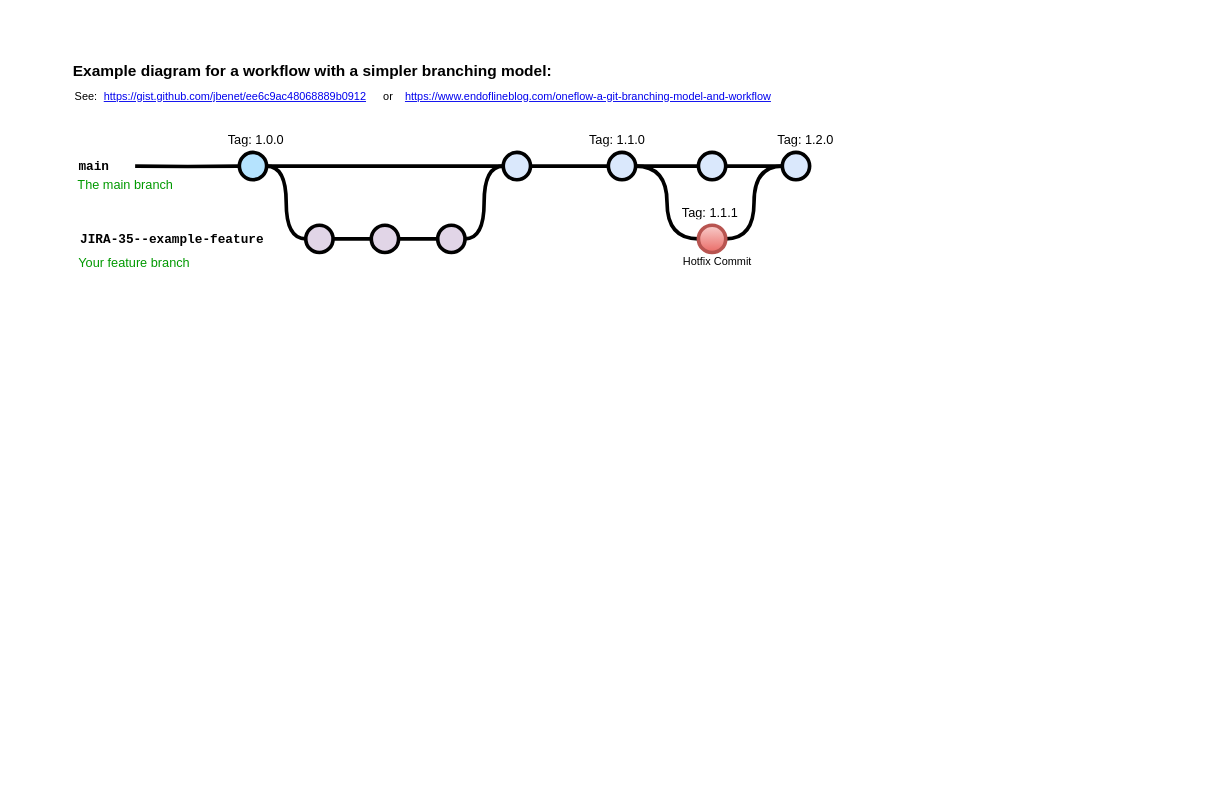
Above: doc/部署demo.drawio in jackyliu/design (draw.io), before the change. Source tidied: cells renumbered, new cells numbered last; positions are measured from the earlier drawing's top-left corner, leaving out a move shared by most shapes. Both pictures are drawn from the tidied source at 91%, with x=0, y=0 at pixel (71, 56).
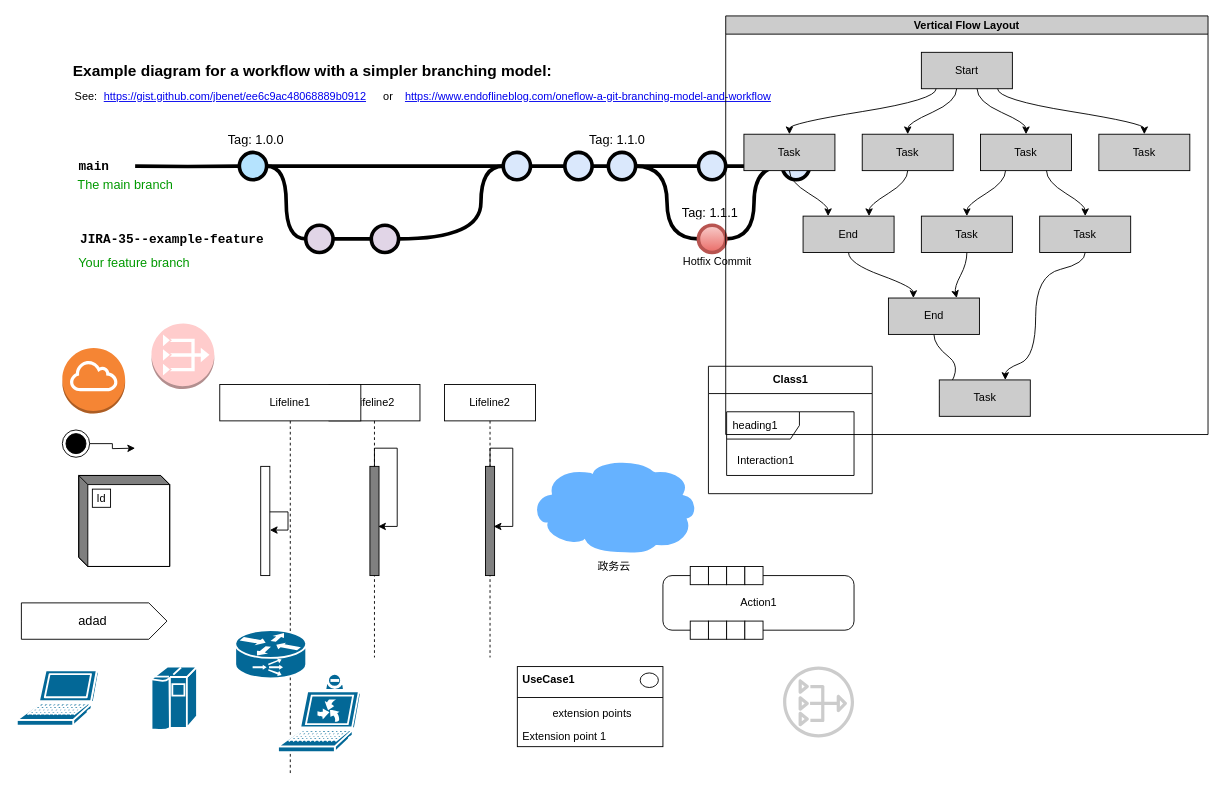
The same diagram, later.

Unchanged cells that the change refers to:
```xml
<mxCell id="9" style="verticalLabelPosition=bottom;verticalAlign=top;html=1;strokeWidth=4;shape=mxgraph.flowchart.on-page_reference;plain-blue;gradientColor=none;strokeColor=#000000;" parent="1" vertex="1">
  <mxGeometry x="474.5" y="105" width="30" height="30" as="geometry" />
</mxCell>
<mxCell id="12" style="verticalLabelPosition=bottom;verticalAlign=top;html=1;strokeWidth=4;shape=mxgraph.flowchart.on-page_reference;plain-blue;gradientColor=none;strokeColor=#000000;" parent="1" vertex="1">
  <mxGeometry x="590" y="105" width="30" height="30" as="geometry" />
</mxCell>
<mxCell id="21" style="verticalLabelPosition=bottom;verticalAlign=top;html=1;strokeWidth=4;shape=mxgraph.flowchart.on-page_reference;plain-purple;gradientColor=none;strokeColor=#000000;" parent="1" vertex="1">
  <mxGeometry x="329.5" y="185" width="30" height="30" as="geometry" />
</mxCell>
```

Change to the diagram source:
```diff
@@
-    <mxCell id="8" style="edgeStyle=orthogonalEdgeStyle;curved=1;rounded=0;jettySize=auto;html=1;endArrow=none;endFill=0;strokeWidth=4;fontFamily=Courier New;fontSize=16;" parent="1" edge="1" source="9" target="12">
+    <mxCell id="8" style="edgeStyle=orthogonalEdgeStyle;curved=1;rounded=0;jettySize=auto;html=1;endArrow=none;endFill=0;strokeWidth=4;fontFamily=Courier New;fontSize=16;startArrow=none;" parent="1" edge="1" source="36" target="12">
       <mxGeometry relative="1" as="geometry" />
     </mxCell>
@@
-    <mxCell id="20" style="edgeStyle=orthogonalEdgeStyle;curved=1;rounded=0;html=1;exitX=1;exitY=0.5;exitPerimeter=0;entryX=0;entryY=0.5;entryPerimeter=0;endArrow=none;endFill=0;jettySize=auto;strokeWidth=4;fontSize=15;" parent="1" edge="1" source="21" target="23">
-      <mxGeometry relative="1" as="geometry" />
-    </mxCell>
@@
-    <mxCell id="22" style="edgeStyle=orthogonalEdgeStyle;curved=1;rounded=0;html=1;exitX=1;exitY=0.5;exitPerimeter=0;entryX=0;entryY=0.5;entryPerimeter=0;endArrow=none;endFill=0;jettySize=auto;strokeWidth=4;fontSize=15;" parent="1" edge="1" source="23" target="9">
-      <mxGeometry relative="1" as="geometry" />
+    <mxCell id="22" style="edgeStyle=orthogonalEdgeStyle;curved=1;rounded=0;html=1;entryX=0;entryY=0.5;entryPerimeter=0;endArrow=none;endFill=0;jettySize=auto;strokeWidth=4;fontSize=15;exitX=1;exitY=0.5;exitDx=0;exitDy=0;exitPerimeter=0;" parent="1" edge="1" source="21" target="9">
+      <mxGeometry relative="1" as="geometry">
+        <Array as="points">
+          <mxPoint x="450" y="200" />
+          <mxPoint x="450" y="120" />
+        </Array>
+      </mxGeometry>
     </mxCell>
-    <mxCell id="23" style="verticalLabelPosition=bottom;verticalAlign=top;html=1;strokeWidth=4;shape=mxgraph.flowchart.on-page_reference;plain-purple;gradientColor=none;strokeColor=#000000;" parent="1" vertex="1">
-      <mxGeometry x="402.5" y="185" width="30" height="30" as="geometry" />
-    </mxCell>
@@
+    <mxCell id="36" style="verticalLabelPosition=bottom;verticalAlign=top;html=1;strokeWidth=4;shape=mxgraph.flowchart.on-page_reference;plain-blue;gradientColor=none;strokeColor=#000000;" parent="1" vertex="1">
+      <mxGeometry x="542.2" y="105" width="30" height="30" as="geometry" />
+    </mxCell>
+    <mxCell id="37" style="edgeStyle=orthogonalEdgeStyle;curved=1;rounded=0;jettySize=auto;html=1;endArrow=none;endFill=0;strokeWidth=4;fontFamily=Courier New;fontSize=16;" parent="1" edge="1" source="9" target="36">
+      <mxGeometry relative="1" as="geometry" />
+    </mxCell>
+    <mxCell id="38" style="edgeStyle=orthogonalEdgeStyle;rounded=0;jettySize=auto;html=1;" parent="1" edge="1" source="39">
+      <mxGeometry relative="1" as="geometry">
+        <mxPoint x="70" y="430" as="targetPoint" />
+      </mxGeometry>
+    </mxCell>
+    <mxCell id="39" style="ellipse;html=1;shape=endState;fillColor=strokeColor;" parent="1" vertex="1">
+      <mxGeometry x="-10" y="410" width="30" height="30" as="geometry" />
+    </mxCell>
+    <mxCell id="40" value="Lifeline2" style="shape=umlLifeline;perimeter=lifelinePerimeter;whiteSpace=wrap;html=1;" parent="1" vertex="1">
+      <mxGeometry x="283" y="360" width="100" height="300" as="geometry" />
+    </mxCell>
+    <mxCell id="41" style="html=1;points=[];perimeter=orthogonalPerimeter;fillColor=#808080;" parent="40" vertex="1">
+      <mxGeometry x="45" y="90" width="10" height="120" as="geometry" />
+    </mxCell>
+    <mxCell id="42" style="edgeStyle=orthogonalEdgeStyle;rounded=0;orthogonalLoop=1;jettySize=auto;html=1;entryX=0.9;entryY=0.55;entryDx=0;entryDy=0;entryPerimeter=0;" parent="40" edge="1" source="41" target="41">
+      <mxGeometry relative="1" as="geometry" />
+    </mxCell>
+    <mxCell id="43" value="Lifeline1" style="shape=umlLifeline;perimeter=lifelinePerimeter;whiteSpace=wrap;html=1;" parent="1" vertex="1">
+      <mxGeometry x="163" y="360" width="155" height="430" as="geometry" />
+    </mxCell>
+    <mxCell id="44" style="html=1;points=[];perimeter=orthogonalPerimeter;" parent="43" vertex="1">
+      <mxGeometry x="45" y="90" width="10" height="120" as="geometry" />
+    </mxCell>
+    <mxCell id="45" style="edgeStyle=orthogonalEdgeStyle;rounded=0;orthogonalLoop=1;jettySize=auto;html=1;" parent="43" edge="1" source="44" target="44">
+      <mxGeometry relative="1" as="geometry" />
+    </mxCell>
+    <mxCell id="46" style="shape=mxgraph.cisco.computers_and_peripherals.upc;sketch=0;html=1;dashed=0;fillColor=#036897;strokeColor=#ffffff;strokeWidth=2;verticalLabelPosition=bottom;verticalAlign=top;align=center;" parent="43" vertex="1">
+      <mxGeometry x="64" y="318" width="91" height="86" as="geometry" />
+    </mxCell>
+    <mxCell id="47" style="shape=mxgraph.cisco.routers.content_service_router;sketch=0;html=1;dashed=0;fillColor=#036897;strokeColor=#ffffff;strokeWidth=2;verticalLabelPosition=bottom;verticalAlign=top;align=center;" parent="43" vertex="1">
+      <mxGeometry x="17" y="270" width="78" height="53" as="geometry" />
+    </mxCell>
+    <mxCell id="48" value="Lifeline2" style="shape=umlLifeline;perimeter=lifelinePerimeter;whiteSpace=wrap;html=1;" parent="1" vertex="1">
+      <mxGeometry x="410" y="360" width="100" height="300" as="geometry" />
+    </mxCell>
+    <mxCell id="49" style="html=1;points=[];perimeter=orthogonalPerimeter;fillColor=#808080;" parent="48" vertex="1">
+      <mxGeometry x="45" y="90" width="10" height="120" as="geometry" />
+    </mxCell>
+    <mxCell id="50" style="edgeStyle=orthogonalEdgeStyle;rounded=0;orthogonalLoop=1;jettySize=auto;html=1;entryX=0.9;entryY=0.55;entryDx=0;entryDy=0;entryPerimeter=0;" parent="48" edge="1" source="49" target="49">
+      <mxGeometry relative="1" as="geometry" />
+    </mxCell>
+    <mxCell id="51" value="Action1" style="html=1;dashed=0;rounded=1;absoluteArcSize=1;arcSize=20;verticalAlign=middle;align=center;" parent="1" vertex="1">
+      <mxGeometry x="650" y="570" width="210" height="60" as="geometry" />
+    </mxCell>
+    <mxCell id="52" style="group;" parent="51" vertex="1">
+      <mxGeometry width="80" height="20" relative="1" as="geometry">
+        <mxPoint x="30" y="-10" as="offset" />
+      </mxGeometry>
+    </mxCell>
+    <mxCell id="53" parent="52" vertex="1">
+      <mxGeometry width="20" height="20" relative="1" as="geometry" />
+    </mxCell>
+    <mxCell id="54" parent="52" vertex="1">
+      <mxGeometry width="20" height="20" relative="1" as="geometry">
+        <mxPoint x="20" as="offset" />
+      </mxGeometry>
+    </mxCell>
+    <mxCell id="55" parent="52" vertex="1">
+      <mxGeometry width="20" height="20" relative="1" as="geometry">
+        <mxPoint x="40" as="offset" />
+      </mxGeometry>
+    </mxCell>
+    <mxCell id="56" parent="52" vertex="1">
+      <mxGeometry width="20" height="20" relative="1" as="geometry">
+        <mxPoint x="60" as="offset" />
+      </mxGeometry>
+    </mxCell>
+    <mxCell id="57" style="group;" parent="51" vertex="1">
+      <mxGeometry y="1" width="80" height="20" relative="1" as="geometry">
+        <mxPoint x="30" y="-10" as="offset" />
+      </mxGeometry>
+    </mxCell>
+    <mxCell id="58" parent="57" vertex="1">
+      <mxGeometry width="20" height="20" relative="1" as="geometry" />
+    </mxCell>
+    <mxCell id="59" parent="57" vertex="1">
+      <mxGeometry width="20" height="20" relative="1" as="geometry">
+        <mxPoint x="20" as="offset" />
+      </mxGeometry>
+    </mxCell>
+    <mxCell id="60" parent="57" vertex="1">
+      <mxGeometry width="20" height="20" relative="1" as="geometry">
+        <mxPoint x="40" as="offset" />
+      </mxGeometry>
+    </mxCell>
+    <mxCell id="61" parent="57" vertex="1">
+      <mxGeometry width="20" height="20" relative="1" as="geometry">
+        <mxPoint x="60" as="offset" />
+      </mxGeometry>
+    </mxCell>
+    <mxCell id="62" value="Class1" style="swimlane;fontStyle=1;align=center;horizontal=1;startSize=30;html=1;" parent="1" vertex="1">
+      <mxGeometry x="700" y="340" width="180" height="140" as="geometry" />
+    </mxCell>
+    <mxCell id="63" value="heading1" style="shape=umlFrame;tabPosition=left;html=1;boundedLbl=1;labelInHeader=1;width=80;height=30;swimlaneFillColor=#ffffff;align=left;spacingLeft=5;" parent="62" vertex="1">
+      <mxGeometry width="140" height="70" relative="1" as="geometry">
+        <mxPoint x="20" y="50" as="offset" />
+      </mxGeometry>
+    </mxCell>
+    <mxCell id="64" value="Interaction1" style="text;align=left;" parent="63" vertex="1">
+      <mxGeometry width="100" height="20" relative="1" as="geometry">
+        <mxPoint x="10" y="40" as="offset" />
+      </mxGeometry>
+    </mxCell>
+    <mxCell id="65" style="fontStyle=1;align=center;verticalAlign=top;horizontal=1;" parent="1" vertex="1">
+      <mxGeometry x="490" y="670" width="160" height="88" as="geometry" />
+    </mxCell>
+    <mxCell id="66" value="UseCase1" style="html=1;align=left;spacingLeft=4;verticalAlign=middle;strokeColor=none;fillColor=none;fontStyle=1;" parent="65" vertex="1">
+      <mxGeometry width="160" height="30" as="geometry" />
+    </mxCell>
+    <mxCell id="67" style="shape=ellipse;" parent="66" vertex="1">
+      <mxGeometry x="1" width="20" height="16" relative="1" as="geometry">
+        <mxPoint x="-25" y="7" as="offset" />
+      </mxGeometry>
+    </mxCell>
+    <mxCell id="68" style="line;strokeWidth=1;fillColor=none;align=left;verticalAlign=middle;spacingTop=-1;spacingLeft=3;spacingRight=3;labelPosition=right;" parent="65" vertex="1">
+      <mxGeometry y="30" width="160" height="8" as="geometry" />
+    </mxCell>
+    <mxCell id="69" value="extension points" style="html=1;align=center;spacingLeft=4;verticalAlign=top;strokeColor=none;fillColor=none;" parent="65" vertex="1">
+      <mxGeometry y="38" width="160" height="25" as="geometry" />
+    </mxCell>
+    <mxCell id="70" value="Extension point 1" style="html=1;align=left;spacingLeft=4;verticalAlign=top;strokeColor=none;fillColor=none;" parent="65" vertex="1">
+      <mxGeometry y="63" width="160" height="25" as="geometry" />
+    </mxCell>
+    <mxCell id="71" value="adad&amp;nbsp;" style="html=1;shape=mxgraph.infographic.ribbonSimple;notch1=0;notch2=20;align=center;verticalAlign=middle;fontSize=14;fontStyle=0;fillColor=#FFFFFF;" parent="1" vertex="1">
+      <mxGeometry x="-55" y="600" width="160" height="40" as="geometry" />
+    </mxCell>
+    <mxCell id="72" style="html=1;dashed=0;whitespace=wrap;shape=mxgraph.dfd.externalEntity;" parent="1" vertex="1">
+      <mxGeometry x="8" y="460" width="100" height="100" as="geometry" />
+    </mxCell>
+    <mxCell id="73" value="Id" style="strokeColor=inherit;fillColor=inherit;gradientColor=inherit;" parent="72" vertex="1">
+      <mxGeometry width="20" height="20" relative="1" as="geometry">
+        <mxPoint x="15" y="15" as="offset" />
+      </mxGeometry>
+    </mxCell>
+    <mxCell id="74" style="shape=mxgraph.cisco.computers_and_peripherals.ibm_mainframe;sketch=0;html=1;dashed=0;fillColor=#036897;strokeColor=#ffffff;strokeWidth=2;verticalLabelPosition=bottom;verticalAlign=top;align=center;" parent="1" vertex="1">
+      <mxGeometry x="88" y="670" width="50" height="70" as="geometry" />
+    </mxCell>
+    <mxCell id="75" style="shape=mxgraph.cisco.computers_and_peripherals.laptop;sketch=0;html=1;dashed=0;fillColor=#036897;strokeColor=#ffffff;strokeWidth=2;verticalLabelPosition=bottom;verticalAlign=top;align=center;" parent="1" vertex="1">
+      <mxGeometry x="-60" y="674" width="90" height="61" as="geometry" />
+    </mxCell>
+    <mxCell id="76" value="政务云" style="shape=mxgraph.cisco.storage.cloud;sketch=0;html=1;dashed=0;fillColor=#66B2FF;strokeColor=#ffffff;strokeWidth=2;verticalLabelPosition=bottom;verticalAlign=top;align=center;" parent="1" vertex="1">
+      <mxGeometry x="503" y="440" width="186" height="106" as="geometry" />
+    </mxCell>
+    <mxCell id="77" style="dashed=0;verticalLabelPosition=bottom;verticalAlign=top;align=center;html=1;shape=mxgraph.aws3.internet_gateway;fillColor=#F58534;gradientColor=none;" parent="1" vertex="1">
+      <mxGeometry x="-10" y="320" width="69" height="72" as="geometry" />
+    </mxCell>
+    <mxCell id="78" style="dashed=0;verticalLabelPosition=bottom;verticalAlign=top;align=center;html=1;shape=mxgraph.aws3.vpc_nat_gateway;fillColor=#FFCCCC;gradientColor=none;" parent="1" vertex="1">
+      <mxGeometry x="88" y="293" width="69" height="72" as="geometry" />
+    </mxCell>
+    <mxCell id="79" style="sketch=0;fontColor=#232F3E;gradientColor=none;fillColor=#CCCCCC;strokeColor=none;dashed=0;verticalLabelPosition=bottom;verticalAlign=top;align=center;html=1;fontSize=12;fontStyle=0;shape=mxgraph.aws4.nat_gateway;" parent="1" vertex="1">
+      <mxGeometry x="782" y="670" width="78" height="78" as="geometry" />
+    </mxCell>
+    <mxCell id="80" value="Vertical Flow Layout" style="swimlane;startSize=20;horizontal=1;flowOrientation=north;interRankCellSpacing=50;containerType=tree;fillColor=#CCCCCC;" parent="1" vertex="1">
+      <mxGeometry x="719" y="-45" width="530" height="460" as="geometry" />
+    </mxCell>
+    <mxCell id="81" value="Start" style="whiteSpace=wrap;html=1;fillColor=#CCCCCC;" parent="80" vertex="1">
+      <mxGeometry x="215" y="40" width="100" height="40" as="geometry" />
+    </mxCell>
+    <mxCell id="82" value="Task" style="whiteSpace=wrap;html=1;fillColor=#CCCCCC;" parent="80" vertex="1">
+      <mxGeometry x="20" y="130" width="100" height="40" as="geometry" />
+    </mxCell>
+    <mxCell id="83" style="html=1;curved=1;rounded=0;noEdgeStyle=1;orthogonal=1;" parent="80" edge="1" source="81" target="82">
+      <mxGeometry relative="1" as="geometry">
+        <Array as="points">
+          <mxPoint x="231.2" y="92" />
+          <mxPoint x="70" y="118" />
+        </Array>
+      </mxGeometry>
+    </mxCell>
+    <mxCell id="84" value="Task" style="whiteSpace=wrap;html=1;fillColor=#CCCCCC;" parent="80" vertex="1">
+      <mxGeometry x="150" y="130" width="100" height="40" as="geometry" />
+    </mxCell>
+    <mxCell id="85" style="html=1;curved=1;rounded=0;noEdgeStyle=1;orthogonal=1;" parent="80" edge="1" source="81" target="84">
+      <mxGeometry relative="1" as="geometry">
+        <Array as="points">
+          <mxPoint x="253.8" y="94" />
+          <mxPoint x="200" y="118" />
+        </Array>
+      </mxGeometry>
+    </mxCell>
+    <mxCell id="86" value="End" style="whiteSpace=wrap;html=1;fillColor=#CCCCCC;" parent="80" vertex="1">
+      <mxGeometry x="85" y="220" width="100" height="40" as="geometry" />
+    </mxCell>
+    <mxCell id="87" style="html=1;curved=1;rounded=0;noEdgeStyle=1;orthogonal=1;" parent="80" edge="1" source="82" target="86">
+      <mxGeometry relative="1" as="geometry">
+        <Array as="points">
+          <mxPoint x="70" y="182" />
+          <mxPoint x="112.5" y="208" />
+        </Array>
+      </mxGeometry>
+    </mxCell>
+    <mxCell id="88" style="html=1;curved=1;rounded=0;noEdgeStyle=1;orthogonal=1;" parent="80" edge="1" source="84" target="86">
+      <mxGeometry relative="1" as="geometry">
+        <Array as="points">
+          <mxPoint x="200" y="182" />
+          <mxPoint x="157.5" y="208" />
+        </Array>
+      </mxGeometry>
+    </mxCell>
+    <mxCell id="89" value="Task" style="whiteSpace=wrap;html=1;fillColor=#CCCCCC;" parent="80" vertex="1">
+      <mxGeometry x="280" y="130" width="100" height="40" as="geometry" />
+    </mxCell>
+    <mxCell id="90" style="html=1;curved=1;rounded=0;noEdgeStyle=1;orthogonal=1;" parent="80" edge="1" source="81" target="89">
+      <mxGeometry relative="1" as="geometry">
+        <Array as="points">
+          <mxPoint x="276.2" y="94" />
+          <mxPoint x="330" y="118" />
+        </Array>
+      </mxGeometry>
+    </mxCell>
+    <mxCell id="91" value="Task" style="whiteSpace=wrap;html=1;fillColor=#CCCCCC;" parent="80" vertex="1">
+      <mxGeometry x="410" y="130" width="100" height="40" as="geometry" />
+    </mxCell>
+    <mxCell id="92" style="html=1;curved=1;rounded=0;noEdgeStyle=1;orthogonal=1;" parent="80" edge="1" source="81" target="91">
+      <mxGeometry relative="1" as="geometry">
+        <Array as="points">
+          <mxPoint x="298.8" y="92" />
+          <mxPoint x="460" y="118" />
+        </Array>
+      </mxGeometry>
+    </mxCell>
+    <mxCell id="93" style="html=1;curved=1;rounded=0;noEdgeStyle=1;orthogonal=1;" parent="80" edge="1" source="89" target="95">
+      <mxGeometry relative="1" as="geometry">
+        <Array as="points">
+          <mxPoint x="307.5" y="182" />
+          <mxPoint x="265" y="208" />
+        </Array>
+      </mxGeometry>
+    </mxCell>
+    <mxCell id="94" style="edgeStyle=orthogonalEdgeStyle;rounded=0;jettySize=auto;html=1;exitX=0.5;exitY=1;exitDx=0;exitDy=0;entryX=0.75;entryY=0;entryDx=0;entryDy=0;orthogonal=1;curved=1;noEdgeStyle=1;" parent="80" edge="1" source="95" target="100">
+      <mxGeometry relative="1" as="geometry">
+        <Array as="points">
+          <mxPoint x="265" y="272" />
+          <mxPoint x="251.2" y="298" />
+        </Array>
+      </mxGeometry>
+    </mxCell>
+    <mxCell id="95" value="Task" style="whiteSpace=wrap;html=1;fillColor=#CCCCCC;" parent="80" vertex="1">
+      <mxGeometry x="215" y="220" width="100" height="40" as="geometry" />
+    </mxCell>
+    <mxCell id="96" style="html=1;curved=1;rounded=0;noEdgeStyle=1;orthogonal=1;" parent="80" edge="1" source="89" target="97">
+      <mxGeometry relative="1" as="geometry">
+        <Array as="points">
+          <mxPoint x="352.5" y="182" />
+          <mxPoint x="395" y="208" />
+        </Array>
+      </mxGeometry>
+    </mxCell>
+    <mxCell id="97" value="Task" style="whiteSpace=wrap;html=1;fillColor=#CCCCCC;" parent="80" vertex="1">
+      <mxGeometry x="345" y="220" width="100" height="40" as="geometry" />
+    </mxCell>
+    <mxCell id="98" style="html=1;curved=1;rounded=0;noEdgeStyle=1;orthogonal=1;" parent="80" edge="1" source="86" target="100">
+      <mxGeometry relative="1" as="geometry">
+        <Array as="points">
+          <mxPoint x="135" y="272" />
+          <mxPoint x="206.2" y="298" />
+        </Array>
+      </mxGeometry>
+    </mxCell>
+    <mxCell id="99" style="edgeStyle=orthogonalEdgeStyle;curved=1;rounded=0;jettySize=auto;html=1;entryX=0;entryY=0.5;entryDx=0;entryDy=0;noEdgeStyle=1;orthogonal=1;" parent="80" edge="1" source="100" target="102">
+      <mxGeometry relative="1" as="geometry">
+        <Array as="points">
+          <mxPoint x="228.8" y="362" />
+          <mxPoint x="262.2" y="388" />
+        </Array>
+      </mxGeometry>
+    </mxCell>
+    <mxCell id="100" value="End" style="whiteSpace=wrap;html=1;fillColor=#CCCCCC;" parent="80" vertex="1">
+      <mxGeometry x="178.8" y="310" width="100" height="40" as="geometry" />
+    </mxCell>
+    <mxCell id="101" style="html=1;curved=1;rounded=0;noEdgeStyle=1;orthogonal=1;" parent="80" edge="1" source="97" target="102">
+      <mxGeometry relative="1" as="geometry">
+        <Array as="points">
+          <mxPoint x="395" y="272" />
+          <mxPoint x="340.6" y="285" />
+          <mxPoint x="340.6" y="375" />
+          <mxPoint x="307.2" y="388" />
+        </Array>
+      </mxGeometry>
+    </mxCell>
+    <mxCell id="102" value="Task" style="whiteSpace=wrap;html=1;fillColor=#CCCCCC;" parent="80" vertex="1">
+      <mxGeometry x="234.7" y="400" width="100" height="40" as="geometry" />
+    </mxCell>
```
